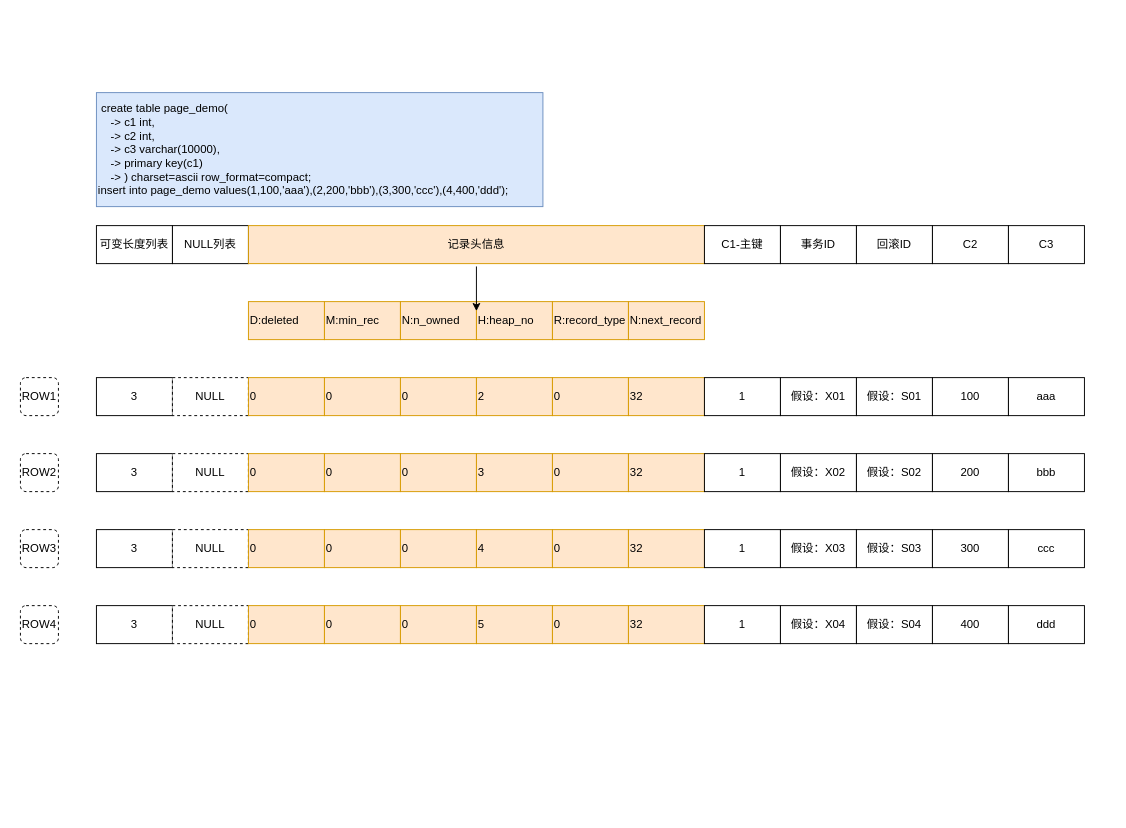
Earlier version of the draw.io diagram page-row.drawio (wqfgithub/drawio). Source tidied: cells renumbered, new cells numbered last; positions are measured from the earlier drawing's top-left corner, leaving out a move shared by most shapes. Both pictures are drawn from the tidied source at 95%, with x=0, y=0 at pixel (20, 92).
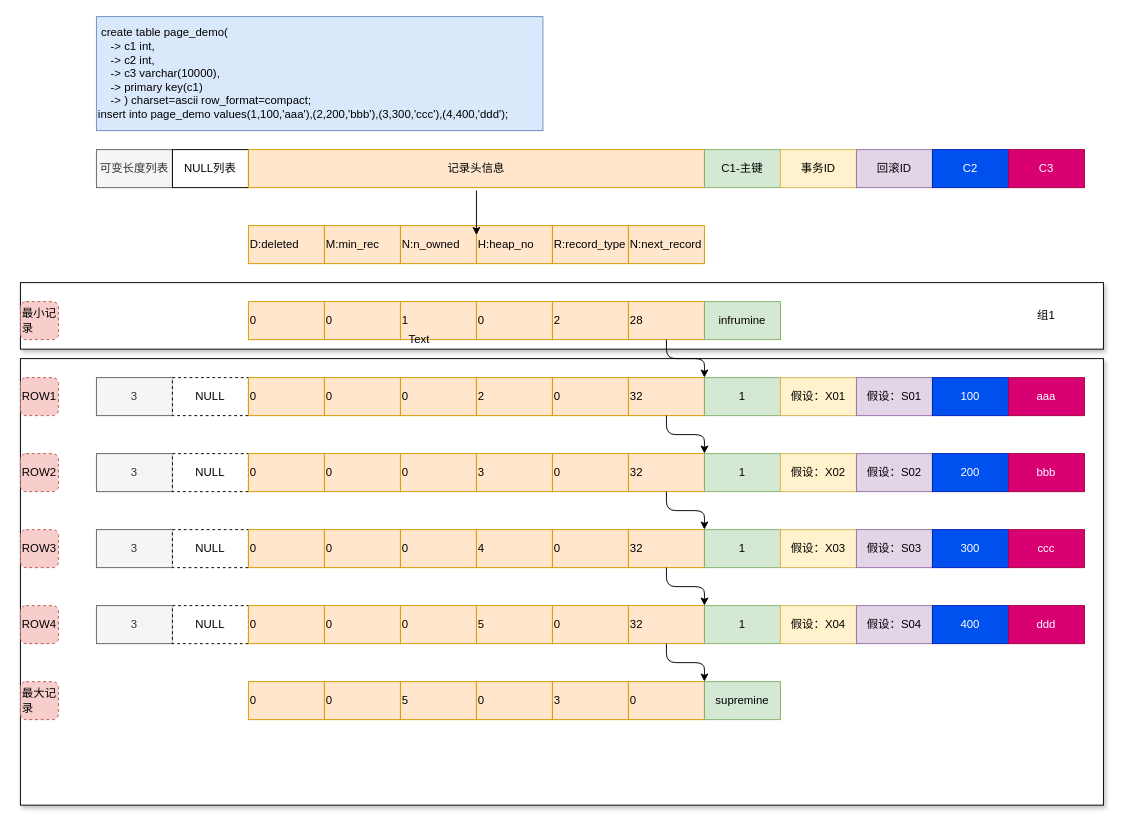
The same diagram, later.

The change refers to these unchanged cells:
```xml
<mxCell id="24" value="32" style="rounded=0;whiteSpace=wrap;html=1;align=left;fillColor=#ffe6cc;strokeColor=#d79b00;" parent="1" vertex="1">
  <mxGeometry x="640" y="300" width="80" height="40" as="geometry" />
</mxCell>
```

What changed in the source:
```diff
@@
+    <mxCell id="74" style="rounded=0;whiteSpace=wrap;html=1;shadow=1;align=left;sketch=0;glass=0;" parent="1" vertex="1">
+      <mxGeometry y="280" width="1140" height="470" as="geometry" />
+    </mxCell>
+    <mxCell id="75" style="rounded=0;whiteSpace=wrap;html=1;shadow=1;align=left;sketch=0;glass=0;" parent="1" vertex="1">
+      <mxGeometry y="200" width="1140" height="70" as="geometry" />
+    </mxCell>
-    <mxCell id="2" value="可变长度列表" style="rounded=0;whiteSpace=wrap;html=1;" parent="1" vertex="1">
-      <mxGeometry x="80" y="140" width="80" height="40" as="geometry" />
+    <mxCell id="2" value="可变长度列表" style="rounded=0;whiteSpace=wrap;html=1;fillColor=#f5f5f5;strokeColor=#666666;fontColor=#333333;" parent="1" vertex="1">
+      <mxGeometry x="80" y="60" width="80" height="40" as="geometry" />
     </mxCell>
     <mxCell id="3" value="NULL列表" style="rounded=0;whiteSpace=wrap;html=1;" parent="1" vertex="1">
-      <mxGeometry x="160" y="140" width="80" height="40" as="geometry" />
+      <mxGeometry x="160" y="60" width="80" height="40" as="geometry" />
     </mxCell>
     <mxCell id="4" value="&lt;div&gt;&amp;nbsp;create table page_demo(&lt;/div&gt;&lt;div&gt;&amp;nbsp; &amp;nbsp; -&amp;gt; c1 int,&lt;/div&gt;&lt;div&gt;&amp;nbsp; &amp;nbsp; -&amp;gt; c2 int,&lt;/div&gt;&lt;div&gt;&amp;nbsp; &amp;nbsp; -&amp;gt; c3 varchar(10000),&lt;/div&gt;&lt;div&gt;&amp;nbsp; &amp;nbsp; -&amp;gt; primary key(c1)&lt;/div&gt;&lt;div&gt;&amp;nbsp; &amp;nbsp; -&amp;gt; ) charset=ascii row_format=compact;&lt;/div&gt;&lt;div&gt;insert into page_demo values(1,100,'aaa'),(2,200,'bbb'),(3,300,'ccc'),(4,400,'ddd');&lt;br&gt;&lt;/div&gt;" style="text;html=1;strokeColor=#6c8ebf;fillColor=#dae8fc;align=left;verticalAlign=middle;whiteSpace=wrap;rounded=0;" parent="1" vertex="1">
-      <mxGeometry x="80" width="470" height="120" as="geometry" />
+      <mxGeometry x="80" y="-80" width="470" height="120" as="geometry" />
     </mxCell>
     <mxCell id="5" value="记录头信息" style="rounded=0;whiteSpace=wrap;html=1;fillColor=#ffe6cc;strokeColor=#d79b00;" parent="1" vertex="1">
-      <mxGeometry x="240" y="140" width="480" height="40" as="geometry" />
+      <mxGeometry x="240" y="60" width="480" height="40" as="geometry" />
     </mxCell>
-    <mxCell id="6" value="C1-主键" style="rounded=0;whiteSpace=wrap;html=1;" parent="1" vertex="1">
-      <mxGeometry x="720" y="140" width="80" height="40" as="geometry" />
+    <mxCell id="6" value="C1-主键" style="rounded=0;whiteSpace=wrap;html=1;fillColor=#d5e8d4;strokeColor=#82b366;" parent="1" vertex="1">
+      <mxGeometry x="720" y="60" width="80" height="40" as="geometry" />
     </mxCell>
-    <mxCell id="7" value="事务ID" style="rounded=0;whiteSpace=wrap;html=1;" parent="1" vertex="1">
-      <mxGeometry x="800" y="140" width="80" height="40" as="geometry" />
+    <mxCell id="7" value="事务ID" style="rounded=0;whiteSpace=wrap;html=1;fillColor=#fff2cc;strokeColor=#d6b656;" parent="1" vertex="1">
+      <mxGeometry x="800" y="60" width="80" height="40" as="geometry" />
     </mxCell>
-    <mxCell id="8" value="回滚ID" style="rounded=0;whiteSpace=wrap;html=1;" parent="1" vertex="1">
-      <mxGeometry x="880" y="140" width="80" height="40" as="geometry" />
+    <mxCell id="8" value="回滚ID" style="rounded=0;whiteSpace=wrap;html=1;fillColor=#e1d5e7;strokeColor=#9673a6;" parent="1" vertex="1">
+      <mxGeometry x="880" y="60" width="80" height="40" as="geometry" />
     </mxCell>
-    <mxCell id="9" value="C2" style="rounded=0;whiteSpace=wrap;html=1;" parent="1" vertex="1">
-      <mxGeometry x="960" y="140" width="80" height="40" as="geometry" />
+    <mxCell id="9" value="C2" style="rounded=0;whiteSpace=wrap;html=1;fillColor=#0050ef;strokeColor=#001DBC;fontColor=#ffffff;" parent="1" vertex="1">
+      <mxGeometry x="960" y="60" width="80" height="40" as="geometry" />
     </mxCell>
-    <mxCell id="10" value="C3" style="rounded=0;whiteSpace=wrap;html=1;" parent="1" vertex="1">
-      <mxGeometry x="1040" y="140" width="80" height="40" as="geometry" />
+    <mxCell id="10" value="C3" style="rounded=0;whiteSpace=wrap;html=1;fillColor=#d80073;strokeColor=#A50040;fontColor=#ffffff;" parent="1" vertex="1">
+      <mxGeometry x="1040" y="60" width="80" height="40" as="geometry" />
     </mxCell>
     <mxCell id="11" value="D:deleted" style="rounded=0;whiteSpace=wrap;html=1;align=left;fillColor=#ffe6cc;strokeColor=#d79b00;" parent="1" vertex="1">
-      <mxGeometry x="240" y="220" width="80" height="40" as="geometry" />
+      <mxGeometry x="240" y="140" width="80" height="40" as="geometry" />
     </mxCell>
     <mxCell id="12" value="M:min_rec" style="rounded=0;whiteSpace=wrap;html=1;align=left;fillColor=#ffe6cc;strokeColor=#d79b00;" parent="1" vertex="1">
-      <mxGeometry x="320" y="220" width="80" height="40" as="geometry" />
+      <mxGeometry x="320" y="140" width="80" height="40" as="geometry" />
     </mxCell>
     <mxCell id="13" value="N:n_owned" style="rounded=0;whiteSpace=wrap;html=1;align=left;fillColor=#ffe6cc;strokeColor=#d79b00;" parent="1" vertex="1">
-      <mxGeometry x="400" y="220" width="80" height="40" as="geometry" />
+      <mxGeometry x="400" y="140" width="80" height="40" as="geometry" />
     </mxCell>
     <mxCell id="14" value="H:heap_no" style="rounded=0;whiteSpace=wrap;html=1;align=left;fillColor=#ffe6cc;strokeColor=#d79b00;" parent="1" vertex="1">
-      <mxGeometry x="480" y="220" width="80" height="40" as="geometry" />
+      <mxGeometry x="480" y="140" width="80" height="40" as="geometry" />
     </mxCell>
     <mxCell id="15" value="R:record_type" style="rounded=0;whiteSpace=wrap;html=1;align=left;fillColor=#ffe6cc;strokeColor=#d79b00;" parent="1" vertex="1">
-      <mxGeometry x="560" y="220" width="80" height="40" as="geometry" />
+      <mxGeometry x="560" y="140" width="80" height="40" as="geometry" />
     </mxCell>
     <mxCell id="16" value="N:next_record" style="rounded=0;whiteSpace=wrap;html=1;align=left;fillColor=#ffe6cc;strokeColor=#d79b00;" parent="1" vertex="1">
-      <mxGeometry x="640" y="220" width="80" height="40" as="geometry" />
+      <mxGeometry x="640" y="140" width="80" height="40" as="geometry" />
     </mxCell>
-    <mxCell id="17" value="3" style="rounded=0;whiteSpace=wrap;html=1;" parent="1" vertex="1">
+    <mxCell id="17" value="3" style="rounded=0;whiteSpace=wrap;html=1;fillColor=#f5f5f5;strokeColor=#666666;fontColor=#333333;" parent="1" vertex="1">
       <mxGeometry x="80" y="300" width="80" height="40" as="geometry" />
     </mxCell>
@@
-    <mxCell id="25" value="1" style="rounded=0;whiteSpace=wrap;html=1;" parent="1" vertex="1">
+    <mxCell id="25" value="1" style="rounded=0;whiteSpace=wrap;html=1;fillColor=#d5e8d4;strokeColor=#82b366;" parent="1" vertex="1">
       <mxGeometry x="720" y="300" width="80" height="40" as="geometry" />
     </mxCell>
-    <mxCell id="26" value="假设：X01" style="rounded=0;whiteSpace=wrap;html=1;" parent="1" vertex="1">
+    <mxCell id="26" value="假设：X01" style="rounded=0;whiteSpace=wrap;html=1;fillColor=#fff2cc;strokeColor=#d6b656;" parent="1" vertex="1">
       <mxGeometry x="800" y="300" width="80" height="40" as="geometry" />
     </mxCell>
-    <mxCell id="27" value="假设：S01" style="rounded=0;whiteSpace=wrap;html=1;" parent="1" vertex="1">
+    <mxCell id="27" value="假设：S01" style="rounded=0;whiteSpace=wrap;html=1;fillColor=#e1d5e7;strokeColor=#9673a6;" parent="1" vertex="1">
       <mxGeometry x="880" y="300" width="80" height="40" as="geometry" />
     </mxCell>
-    <mxCell id="28" value="100" style="rounded=0;whiteSpace=wrap;html=1;" parent="1" vertex="1">
+    <mxCell id="28" value="100" style="rounded=0;whiteSpace=wrap;html=1;fillColor=#0050ef;strokeColor=#001DBC;fontColor=#ffffff;" parent="1" vertex="1">
       <mxGeometry x="960" y="300" width="80" height="40" as="geometry" />
     </mxCell>
-    <mxCell id="29" value="aaa" style="rounded=0;whiteSpace=wrap;html=1;" parent="1" vertex="1">
+    <mxCell id="29" value="aaa" style="rounded=0;whiteSpace=wrap;html=1;fillColor=#d80073;strokeColor=#A50040;fontColor=#ffffff;" parent="1" vertex="1">
       <mxGeometry x="1040" y="300" width="80" height="40" as="geometry" />
     </mxCell>
     <mxCell id="30" style="endArrow=classic;html=1;" parent="1" edge="1">
       <mxGeometry relative="1" as="geometry">
-        <mxPoint x="480" y="183" as="sourcePoint" />
-        <mxPoint x="480" y="230" as="targetPoint" />
+        <mxPoint x="480" y="103" as="sourcePoint" />
+        <mxPoint x="480" y="150" as="targetPoint" />
       </mxGeometry>
     </mxCell>
-    <mxCell id="31" value="ROW1" style="rounded=1;whiteSpace=wrap;html=1;dashed=1;align=left;" parent="1" vertex="1">
+    <mxCell id="31" value="ROW1" style="rounded=1;whiteSpace=wrap;html=1;dashed=1;align=left;fillColor=#f8cecc;strokeColor=#b85450;" parent="1" vertex="1">
       <mxGeometry y="300" width="40" height="40" as="geometry" />
     </mxCell>
-    <mxCell id="32" value="3" style="rounded=0;whiteSpace=wrap;html=1;" parent="1" vertex="1">
+    <mxCell id="32" value="3" style="rounded=0;whiteSpace=wrap;html=1;fillColor=#f5f5f5;strokeColor=#666666;fontColor=#333333;" parent="1" vertex="1">
       <mxGeometry x="80" y="380" width="80" height="40" as="geometry" />
     </mxCell>
@@
-    <mxCell id="40" value="1" style="rounded=0;whiteSpace=wrap;html=1;" parent="1" vertex="1">
+    <mxCell id="40" value="1" style="rounded=0;whiteSpace=wrap;html=1;fillColor=#d5e8d4;strokeColor=#82b366;" parent="1" vertex="1">
       <mxGeometry x="720" y="380" width="80" height="40" as="geometry" />
     </mxCell>
-    <mxCell id="41" value="假设：X02" style="rounded=0;whiteSpace=wrap;html=1;" parent="1" vertex="1">
+    <mxCell id="41" value="假设：X02" style="rounded=0;whiteSpace=wrap;html=1;fillColor=#fff2cc;strokeColor=#d6b656;" parent="1" vertex="1">
       <mxGeometry x="800" y="380" width="80" height="40" as="geometry" />
     </mxCell>
-    <mxCell id="42" value="假设：S02" style="rounded=0;whiteSpace=wrap;html=1;" parent="1" vertex="1">
+    <mxCell id="42" value="假设：S02" style="rounded=0;whiteSpace=wrap;html=1;fillColor=#e1d5e7;strokeColor=#9673a6;" parent="1" vertex="1">
       <mxGeometry x="880" y="380" width="80" height="40" as="geometry" />
     </mxCell>
-    <mxCell id="43" value="200" style="rounded=0;whiteSpace=wrap;html=1;" parent="1" vertex="1">
+    <mxCell id="43" value="200" style="rounded=0;whiteSpace=wrap;html=1;fillColor=#0050ef;strokeColor=#001DBC;fontColor=#ffffff;" parent="1" vertex="1">
       <mxGeometry x="960" y="380" width="80" height="40" as="geometry" />
     </mxCell>
-    <mxCell id="44" value="bbb" style="rounded=0;whiteSpace=wrap;html=1;" parent="1" vertex="1">
+    <mxCell id="44" value="bbb" style="rounded=0;whiteSpace=wrap;html=1;fillColor=#d80073;strokeColor=#A50040;fontColor=#ffffff;" parent="1" vertex="1">
       <mxGeometry x="1040" y="380" width="80" height="40" as="geometry" />
     </mxCell>
-    <mxCell id="45" value="ROW2" style="rounded=1;whiteSpace=wrap;html=1;dashed=1;align=left;" parent="1" vertex="1">
+    <mxCell id="45" value="ROW2" style="rounded=1;whiteSpace=wrap;html=1;dashed=1;align=left;fillColor=#f8cecc;strokeColor=#b85450;" parent="1" vertex="1">
       <mxGeometry y="380" width="40" height="40" as="geometry" />
     </mxCell>
-    <mxCell id="46" value="3" style="rounded=0;whiteSpace=wrap;html=1;" parent="1" vertex="1">
+    <mxCell id="46" value="3" style="rounded=0;whiteSpace=wrap;html=1;fillColor=#f5f5f5;strokeColor=#666666;fontColor=#333333;" parent="1" vertex="1">
       <mxGeometry x="80" y="460" width="80" height="40" as="geometry" />
     </mxCell>
@@
-    <mxCell id="54" value="1" style="rounded=0;whiteSpace=wrap;html=1;" parent="1" vertex="1">
+    <mxCell id="54" value="1" style="rounded=0;whiteSpace=wrap;html=1;fillColor=#d5e8d4;strokeColor=#82b366;" parent="1" vertex="1">
       <mxGeometry x="720" y="460" width="80" height="40" as="geometry" />
     </mxCell>
-    <mxCell id="55" value="假设：X03" style="rounded=0;whiteSpace=wrap;html=1;" parent="1" vertex="1">
+    <mxCell id="55" value="假设：X03" style="rounded=0;whiteSpace=wrap;html=1;fillColor=#fff2cc;strokeColor=#d6b656;" parent="1" vertex="1">
       <mxGeometry x="800" y="460" width="80" height="40" as="geometry" />
     </mxCell>
-    <mxCell id="56" value="假设：S03" style="rounded=0;whiteSpace=wrap;html=1;" parent="1" vertex="1">
+    <mxCell id="56" value="假设：S03" style="rounded=0;whiteSpace=wrap;html=1;fillColor=#e1d5e7;strokeColor=#9673a6;" parent="1" vertex="1">
       <mxGeometry x="880" y="460" width="80" height="40" as="geometry" />
     </mxCell>
-    <mxCell id="57" value="300" style="rounded=0;whiteSpace=wrap;html=1;" parent="1" vertex="1">
+    <mxCell id="57" value="300" style="rounded=0;whiteSpace=wrap;html=1;fillColor=#0050ef;strokeColor=#001DBC;fontColor=#ffffff;" parent="1" vertex="1">
       <mxGeometry x="960" y="460" width="80" height="40" as="geometry" />
     </mxCell>
-    <mxCell id="58" value="ccc" style="rounded=0;whiteSpace=wrap;html=1;" parent="1" vertex="1">
+    <mxCell id="58" value="ccc" style="rounded=0;whiteSpace=wrap;html=1;fillColor=#d80073;strokeColor=#A50040;fontColor=#ffffff;" parent="1" vertex="1">
       <mxGeometry x="1040" y="460" width="80" height="40" as="geometry" />
     </mxCell>
-    <mxCell id="59" value="ROW3" style="rounded=1;whiteSpace=wrap;html=1;dashed=1;align=left;" parent="1" vertex="1">
+    <mxCell id="59" value="ROW3" style="rounded=1;whiteSpace=wrap;html=1;dashed=1;align=left;fillColor=#f8cecc;strokeColor=#b85450;" parent="1" vertex="1">
       <mxGeometry y="460" width="40" height="40" as="geometry" />
     </mxCell>
-    <mxCell id="60" value="3" style="rounded=0;whiteSpace=wrap;html=1;" parent="1" vertex="1">
+    <mxCell id="60" value="3" style="rounded=0;whiteSpace=wrap;html=1;fillColor=#f5f5f5;strokeColor=#666666;fontColor=#333333;" parent="1" vertex="1">
       <mxGeometry x="80" y="540" width="80" height="40" as="geometry" />
     </mxCell>
@@
-    <mxCell id="68" value="1" style="rounded=0;whiteSpace=wrap;html=1;" parent="1" vertex="1">
+    <mxCell id="68" value="1" style="rounded=0;whiteSpace=wrap;html=1;fillColor=#d5e8d4;strokeColor=#82b366;" parent="1" vertex="1">
       <mxGeometry x="720" y="540" width="80" height="40" as="geometry" />
     </mxCell>
-    <mxCell id="69" value="假设：X04" style="rounded=0;whiteSpace=wrap;html=1;" parent="1" vertex="1">
+    <mxCell id="69" value="假设：X04" style="rounded=0;whiteSpace=wrap;html=1;fillColor=#fff2cc;strokeColor=#d6b656;" parent="1" vertex="1">
       <mxGeometry x="800" y="540" width="80" height="40" as="geometry" />
     </mxCell>
-    <mxCell id="70" value="假设：S04" style="rounded=0;whiteSpace=wrap;html=1;" parent="1" vertex="1">
+    <mxCell id="70" value="假设：S04" style="rounded=0;whiteSpace=wrap;html=1;fillColor=#e1d5e7;strokeColor=#9673a6;" parent="1" vertex="1">
       <mxGeometry x="880" y="540" width="80" height="40" as="geometry" />
     </mxCell>
-    <mxCell id="71" value="400" style="rounded=0;whiteSpace=wrap;html=1;" parent="1" vertex="1">
+    <mxCell id="71" value="400" style="rounded=0;whiteSpace=wrap;html=1;fillColor=#0050ef;strokeColor=#001DBC;fontColor=#ffffff;" parent="1" vertex="1">
       <mxGeometry x="960" y="540" width="80" height="40" as="geometry" />
     </mxCell>
-    <mxCell id="72" value="ddd" style="rounded=0;whiteSpace=wrap;html=1;" parent="1" vertex="1">
+    <mxCell id="72" value="ddd" style="rounded=0;whiteSpace=wrap;html=1;fillColor=#d80073;strokeColor=#A50040;fontColor=#ffffff;" parent="1" vertex="1">
       <mxGeometry x="1040" y="540" width="80" height="40" as="geometry" />
     </mxCell>
-    <mxCell id="73" value="ROW4" style="rounded=1;whiteSpace=wrap;html=1;dashed=1;align=left;" parent="1" vertex="1">
+    <mxCell id="73" value="ROW4" style="rounded=1;whiteSpace=wrap;html=1;dashed=1;align=left;fillColor=#f8cecc;strokeColor=#b85450;" parent="1" vertex="1">
       <mxGeometry y="540" width="40" height="40" as="geometry" />
     </mxCell>
+    <mxCell id="76" style="endArrow=classic;html=1;exitX=0.5;exitY=1;exitDx=0;exitDy=0;entryX=0;entryY=0;entryDx=0;entryDy=0;" parent="1" edge="1" source="24" target="40">
+      <mxGeometry relative="1" as="geometry">
+        <Array as="points">
+          <mxPoint x="680" y="360" />
+          <mxPoint x="720" y="360" />
+        </Array>
+      </mxGeometry>
+    </mxCell>
+    <mxCell id="77" style="endArrow=classic;html=1;exitX=0.5;exitY=1;exitDx=0;exitDy=0;entryX=0;entryY=0;entryDx=0;entryDy=0;" parent="1" edge="1">
+      <mxGeometry relative="1" as="geometry">
+        <mxPoint x="680" y="420" as="sourcePoint" />
+        <mxPoint x="720" y="460" as="targetPoint" />
+        <Array as="points">
+          <mxPoint x="680" y="440" />
+          <mxPoint x="720" y="440" />
+        </Array>
+      </mxGeometry>
+    </mxCell>
+    <mxCell id="78" style="endArrow=classic;html=1;exitX=0.5;exitY=1;exitDx=0;exitDy=0;entryX=0;entryY=0;entryDx=0;entryDy=0;" parent="1" edge="1">
+      <mxGeometry relative="1" as="geometry">
+        <mxPoint x="680" y="500" as="sourcePoint" />
+        <mxPoint x="720" y="540" as="targetPoint" />
+        <Array as="points">
+          <mxPoint x="680" y="520" />
+          <mxPoint x="720" y="520" />
+        </Array>
+      </mxGeometry>
+    </mxCell>
+    <mxCell id="79" value="0" style="rounded=0;whiteSpace=wrap;html=1;align=left;fillColor=#ffe6cc;strokeColor=#d79b00;shadow=0;" parent="1" vertex="1">
+      <mxGeometry x="240" y="220" width="80" height="40" as="geometry" />
+    </mxCell>
+    <mxCell id="80" value="0" style="rounded=0;whiteSpace=wrap;html=1;align=left;fillColor=#ffe6cc;strokeColor=#d79b00;shadow=0;" parent="1" vertex="1">
+      <mxGeometry x="320" y="220" width="80" height="40" as="geometry" />
+    </mxCell>
+    <mxCell id="81" value="1" style="rounded=0;whiteSpace=wrap;html=1;align=left;fillColor=#ffe6cc;strokeColor=#d79b00;shadow=0;" parent="1" vertex="1">
+      <mxGeometry x="400" y="220" width="80" height="40" as="geometry" />
+    </mxCell>
+    <mxCell id="82" value="0" style="rounded=0;whiteSpace=wrap;html=1;align=left;fillColor=#ffe6cc;strokeColor=#d79b00;shadow=0;" parent="1" vertex="1">
+      <mxGeometry x="480" y="220" width="80" height="40" as="geometry" />
+    </mxCell>
+    <mxCell id="83" value="2" style="rounded=0;whiteSpace=wrap;html=1;align=left;fillColor=#ffe6cc;strokeColor=#d79b00;shadow=0;" parent="1" vertex="1">
+      <mxGeometry x="560" y="220" width="80" height="40" as="geometry" />
+    </mxCell>
+    <mxCell id="84" value="28" style="rounded=0;whiteSpace=wrap;html=1;align=left;fillColor=#ffe6cc;strokeColor=#d79b00;shadow=0;" parent="1" vertex="1">
+      <mxGeometry x="640" y="220" width="80" height="40" as="geometry" />
+    </mxCell>
+    <mxCell id="85" value="infrumine" style="rounded=0;whiteSpace=wrap;html=1;fillColor=#d5e8d4;strokeColor=#82b366;shadow=0;" parent="1" vertex="1">
+      <mxGeometry x="720" y="220" width="80" height="40" as="geometry" />
+    </mxCell>
+    <mxCell id="86" value="最小记录" style="rounded=1;whiteSpace=wrap;html=1;dashed=1;align=left;fillColor=#f8cecc;strokeColor=#b85450;shadow=0;" parent="1" vertex="1">
+      <mxGeometry y="220" width="40" height="40" as="geometry" />
+    </mxCell>
+    <mxCell id="87" value="0" style="rounded=0;whiteSpace=wrap;html=1;align=left;fillColor=#ffe6cc;strokeColor=#d79b00;" parent="1" vertex="1">
+      <mxGeometry x="240" y="620" width="80" height="40" as="geometry" />
+    </mxCell>
+    <mxCell id="88" value="0" style="rounded=0;whiteSpace=wrap;html=1;align=left;fillColor=#ffe6cc;strokeColor=#d79b00;" parent="1" vertex="1">
+      <mxGeometry x="320" y="620" width="80" height="40" as="geometry" />
+    </mxCell>
+    <mxCell id="89" value="5" style="rounded=0;whiteSpace=wrap;html=1;align=left;fillColor=#ffe6cc;strokeColor=#d79b00;" parent="1" vertex="1">
+      <mxGeometry x="400" y="620" width="80" height="40" as="geometry" />
+    </mxCell>
+    <mxCell id="90" value="0" style="rounded=0;whiteSpace=wrap;html=1;align=left;fillColor=#ffe6cc;strokeColor=#d79b00;" parent="1" vertex="1">
+      <mxGeometry x="480" y="620" width="80" height="40" as="geometry" />
+    </mxCell>
+    <mxCell id="91" value="3" style="rounded=0;whiteSpace=wrap;html=1;align=left;fillColor=#ffe6cc;strokeColor=#d79b00;" parent="1" vertex="1">
+      <mxGeometry x="560" y="620" width="80" height="40" as="geometry" />
+    </mxCell>
+    <mxCell id="92" value="0" style="rounded=0;whiteSpace=wrap;html=1;align=left;fillColor=#ffe6cc;strokeColor=#d79b00;" parent="1" vertex="1">
+      <mxGeometry x="640" y="620" width="80" height="40" as="geometry" />
+    </mxCell>
+    <mxCell id="93" value="supremine" style="rounded=0;whiteSpace=wrap;html=1;fillColor=#d5e8d4;strokeColor=#82b366;" parent="1" vertex="1">
+      <mxGeometry x="720" y="620" width="80" height="40" as="geometry" />
+    </mxCell>
+    <mxCell id="94" value="最大记录" style="rounded=1;whiteSpace=wrap;html=1;dashed=1;align=left;fillColor=#f8cecc;strokeColor=#b85450;" parent="1" vertex="1">
+      <mxGeometry y="620" width="40" height="40" as="geometry" />
+    </mxCell>
+    <mxCell id="95" style="endArrow=classic;html=1;exitX=0.5;exitY=1;exitDx=0;exitDy=0;entryX=0;entryY=0;entryDx=0;entryDy=0;" parent="1" edge="1">
+      <mxGeometry relative="1" as="geometry">
+        <mxPoint x="680" y="580" as="sourcePoint" />
+        <mxPoint x="720" y="620" as="targetPoint" />
+        <Array as="points">
+          <mxPoint x="680" y="600" />
+          <mxPoint x="720" y="600" />
+        </Array>
+      </mxGeometry>
+    </mxCell>
+    <mxCell id="96" style="endArrow=classic;html=1;exitX=0.5;exitY=1;exitDx=0;exitDy=0;entryX=0;entryY=0;entryDx=0;entryDy=0;" parent="1" edge="1">
+      <mxGeometry relative="1" as="geometry">
+        <mxPoint x="680" y="260" as="sourcePoint" />
+        <mxPoint x="720" y="300" as="targetPoint" />
+        <Array as="points">
+          <mxPoint x="680" y="280" />
+          <mxPoint x="720" y="280" />
+        </Array>
+      </mxGeometry>
+    </mxCell>
+    <mxCell id="97" value="Text" style="text;html=1;strokeColor=none;fillColor=none;align=center;verticalAlign=middle;whiteSpace=wrap;rounded=0;shadow=1;glass=0;sketch=0;" parent="1" vertex="1">
+      <mxGeometry x="400" y="250" width="40" height="20" as="geometry" />
+    </mxCell>
+    <mxCell id="98" value="组1" style="text;html=1;strokeColor=none;fillColor=none;align=center;verticalAlign=middle;whiteSpace=wrap;rounded=0;shadow=1;glass=0;sketch=0;" parent="1" vertex="1">
+      <mxGeometry x="1060" y="225" width="40" height="20" as="geometry" />
+    </mxCell>
```
